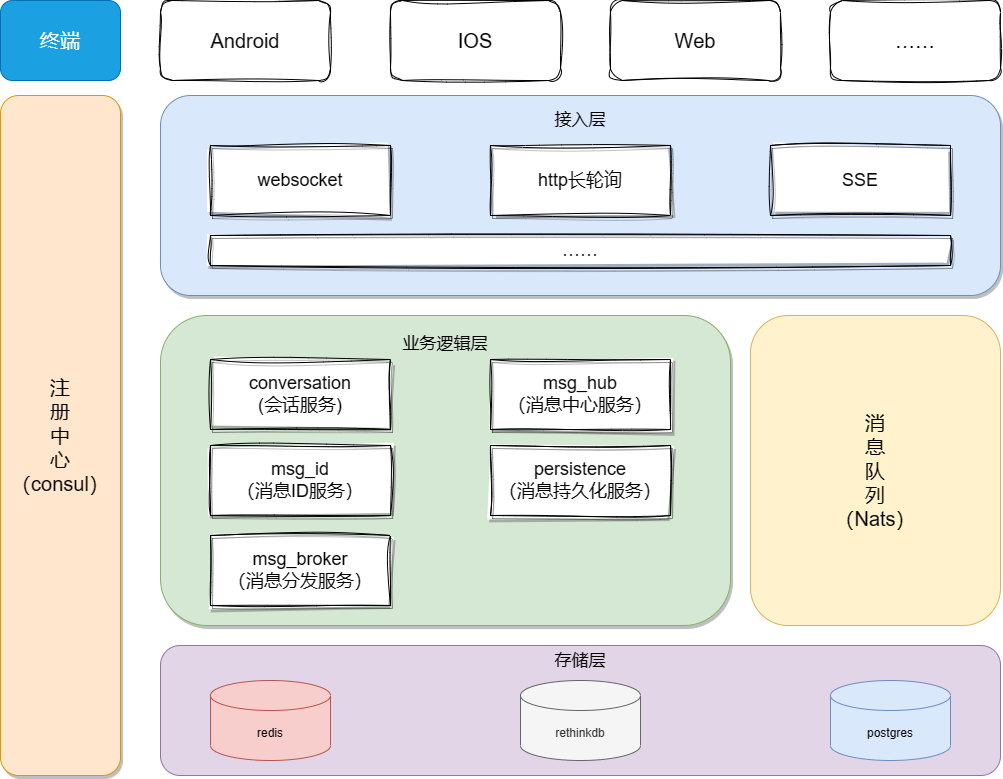
quick-im/quick-im-core keeps this draw.io diagram as docs/quick-im-core-layer.png. Above is the earlier version. Source tidied: cells renumbered, new cells last; positions are measured from the earlier drawing's top-left corner, leaving out a move shared by most shapes. The source it was exported from:
```xml
<mxGraphModel>
  <root>
    <mxCell id="0" />
    <mxCell id="1" parent="0" />
    <mxCell id="2" value="注&lt;br style=&quot;font-size: 20px;&quot;&gt;册&lt;br style=&quot;font-size: 20px;&quot;&gt;中&lt;br style=&quot;font-size: 20px;&quot;&gt;心&lt;br&gt;（consul）" style="rounded=1;whiteSpace=wrap;html=1;glass=0;shadow=1;fillColor=#ffe6cc;strokeColor=#d79b00;fontStyle=0;fontSize=20;horizontal=1;" parent="1" vertex="1">
      <mxGeometry y="95" width="120" height="680" as="geometry" />
    </mxCell>
    <mxCell id="3" style="rounded=1;whiteSpace=wrap;html=1;fillColor=#dae8fc;strokeColor=#6c8ebf;glass=0;shadow=1;" parent="1" vertex="1">
      <mxGeometry x="160" y="95" width="840" height="200" as="geometry" />
    </mxCell>
    <mxCell id="4" style="rounded=1;whiteSpace=wrap;html=1;fillColor=#d5e8d4;strokeColor=#82b366;glass=0;shadow=1;" parent="1" vertex="1">
      <mxGeometry x="160" y="315" width="570" height="310" as="geometry" />
    </mxCell>
    <mxCell id="5" style="rounded=1;whiteSpace=wrap;html=1;fillColor=#e1d5e7;strokeColor=#9673a6;" parent="1" vertex="1">
      <mxGeometry x="160" y="645" width="840" height="130" as="geometry" />
    </mxCell>
    <mxCell id="6" value="接入层" style="text;html=1;strokeColor=none;fillColor=none;align=center;verticalAlign=middle;whiteSpace=wrap;rounded=0;fontSize=17;" parent="1" vertex="1">
      <mxGeometry x="550" y="105" width="60" height="30" as="geometry" />
    </mxCell>
    <mxCell id="7" value="websocket" style="rounded=0;whiteSpace=wrap;html=1;fontSize=18;glass=0;sketch=1;curveFitting=1;jiggle=2;shadow=1;" parent="1" vertex="1">
      <mxGeometry x="210" y="145" width="180" height="70" as="geometry" />
    </mxCell>
    <mxCell id="8" value="http长轮询" style="rounded=0;whiteSpace=wrap;html=1;fontSize=18;sketch=1;curveFitting=1;jiggle=2;shadow=1;" parent="1" vertex="1">
      <mxGeometry x="490" y="145" width="180" height="70" as="geometry" />
    </mxCell>
    <mxCell id="9" value="SSE" style="rounded=0;whiteSpace=wrap;html=1;fontSize=18;sketch=1;curveFitting=1;jiggle=2;shadow=1;" parent="1" vertex="1">
      <mxGeometry x="770" y="145" width="180" height="70" as="geometry" />
    </mxCell>
    <mxCell id="10" value="……" style="rounded=0;whiteSpace=wrap;html=1;fontSize=18;sketch=1;curveFitting=1;jiggle=2;shadow=1;" parent="1" vertex="1">
      <mxGeometry x="210" y="235" width="740" height="30" as="geometry" />
    </mxCell>
    <mxCell id="11" value="业务逻辑层" style="text;html=1;strokeColor=none;fillColor=none;align=center;verticalAlign=middle;whiteSpace=wrap;rounded=0;fontSize=17;" parent="1" vertex="1">
      <mxGeometry x="390" y="329" width="110" height="30" as="geometry" />
    </mxCell>
    <mxCell id="12" value="conversation&lt;br&gt;(会话服务)" style="rounded=0;whiteSpace=wrap;html=1;fontSize=18;glass=0;sketch=1;curveFitting=1;jiggle=2;shadow=1;" parent="1" vertex="1">
      <mxGeometry x="210" y="359" width="180" height="70" as="geometry" />
    </mxCell>
    <mxCell id="13" value="msg_hub&lt;br&gt;（消息中心服务）" style="rounded=0;whiteSpace=wrap;html=1;fontSize=18;glass=0;sketch=1;curveFitting=1;jiggle=2;shadow=1;" parent="1" vertex="1">
      <mxGeometry x="490" y="359" width="180" height="70" as="geometry" />
    </mxCell>
    <mxCell id="14" value="msg_broker&lt;br&gt;（消息分发服务）" style="rounded=0;whiteSpace=wrap;html=1;fontSize=18;glass=0;sketch=1;curveFitting=1;jiggle=2;shadow=1;" parent="1" vertex="1">
      <mxGeometry x="210" y="535" width="180" height="70" as="geometry" />
    </mxCell>
    <mxCell id="15" value="msg_id&lt;br&gt;（消息ID服务）" style="rounded=0;whiteSpace=wrap;html=1;fontSize=18;glass=0;sketch=1;curveFitting=1;jiggle=2;shadow=1;" parent="1" vertex="1">
      <mxGeometry x="210" y="445" width="180" height="70" as="geometry" />
    </mxCell>
    <mxCell id="16" value="persistence&lt;br&gt;（消息持久化服务）" style="rounded=0;whiteSpace=wrap;html=1;fontSize=18;glass=0;sketch=1;curveFitting=1;jiggle=2;shadow=1;" parent="1" vertex="1">
      <mxGeometry x="490" y="445" width="180" height="70" as="geometry" />
    </mxCell>
    <mxCell id="17" value="消&lt;br style=&quot;font-size: 20px;&quot;&gt;息&lt;br style=&quot;font-size: 20px;&quot;&gt;队&lt;br style=&quot;font-size: 20px;&quot;&gt;列&lt;br&gt;（Nats）" style="rounded=1;whiteSpace=wrap;html=1;fontSize=20;fillColor=#fff2cc;strokeColor=#d6b656;" parent="1" vertex="1">
      <mxGeometry x="750" y="315" width="250" height="310" as="geometry" />
    </mxCell>
    <mxCell id="18" value="存储层" style="text;html=1;strokeColor=none;fillColor=none;align=center;verticalAlign=middle;whiteSpace=wrap;rounded=0;fontSize=17;" parent="1" vertex="1">
      <mxGeometry x="525" y="646" width="110" height="30" as="geometry" />
    </mxCell>
    <mxCell id="19" value="redis" style="shape=cylinder3;whiteSpace=wrap;html=1;boundedLbl=1;backgroundOutline=1;size=15;fillColor=#f8cecc;strokeColor=#b85450;" parent="1" vertex="1">
      <mxGeometry x="210" y="680" width="120" height="80" as="geometry" />
    </mxCell>
    <mxCell id="20" value="rethinkdb" style="shape=cylinder3;whiteSpace=wrap;html=1;boundedLbl=1;backgroundOutline=1;size=15;fillColor=#f5f5f5;fontColor=#333333;strokeColor=#666666;" parent="1" vertex="1">
      <mxGeometry x="520" y="680" width="120" height="80" as="geometry" />
    </mxCell>
    <mxCell id="21" value="postgres" style="shape=cylinder3;whiteSpace=wrap;html=1;boundedLbl=1;backgroundOutline=1;size=15;fillColor=#dae8fc;strokeColor=#6c8ebf;" parent="1" vertex="1">
      <mxGeometry x="830" y="680" width="120" height="80" as="geometry" />
    </mxCell>
    <mxCell id="22" value="终端" style="rounded=1;whiteSpace=wrap;html=1;fontSize=20;align=center;fillColor=#1ba1e2;fontColor=#ffffff;strokeColor=#006EAF;" parent="1" vertex="1">
      <mxGeometry width="120" height="80" as="geometry" />
    </mxCell>
    <mxCell id="23" value="Android" style="rounded=1;whiteSpace=wrap;html=1;fontSize=20;align=center;sketch=1;curveFitting=1;jiggle=2;" parent="1" vertex="1">
      <mxGeometry x="160" width="170" height="80" as="geometry" />
    </mxCell>
    <mxCell id="24" value="IOS" style="rounded=1;whiteSpace=wrap;html=1;fontSize=20;align=center;sketch=1;curveFitting=1;jiggle=2;" parent="1" vertex="1">
      <mxGeometry x="390" width="170" height="80" as="geometry" />
    </mxCell>
    <mxCell id="25" value="Web" style="rounded=1;whiteSpace=wrap;html=1;fontSize=20;align=center;sketch=1;curveFitting=1;jiggle=2;" parent="1" vertex="1">
      <mxGeometry x="610" width="170" height="80" as="geometry" />
    </mxCell>
    <mxCell id="26" value="……" style="rounded=1;whiteSpace=wrap;html=1;fontSize=20;align=center;sketch=1;curveFitting=1;jiggle=2;" parent="1" vertex="1">
      <mxGeometry x="830" width="170" height="80" as="geometry" />
    </mxCell>
  </root>
</mxGraphModel>
```
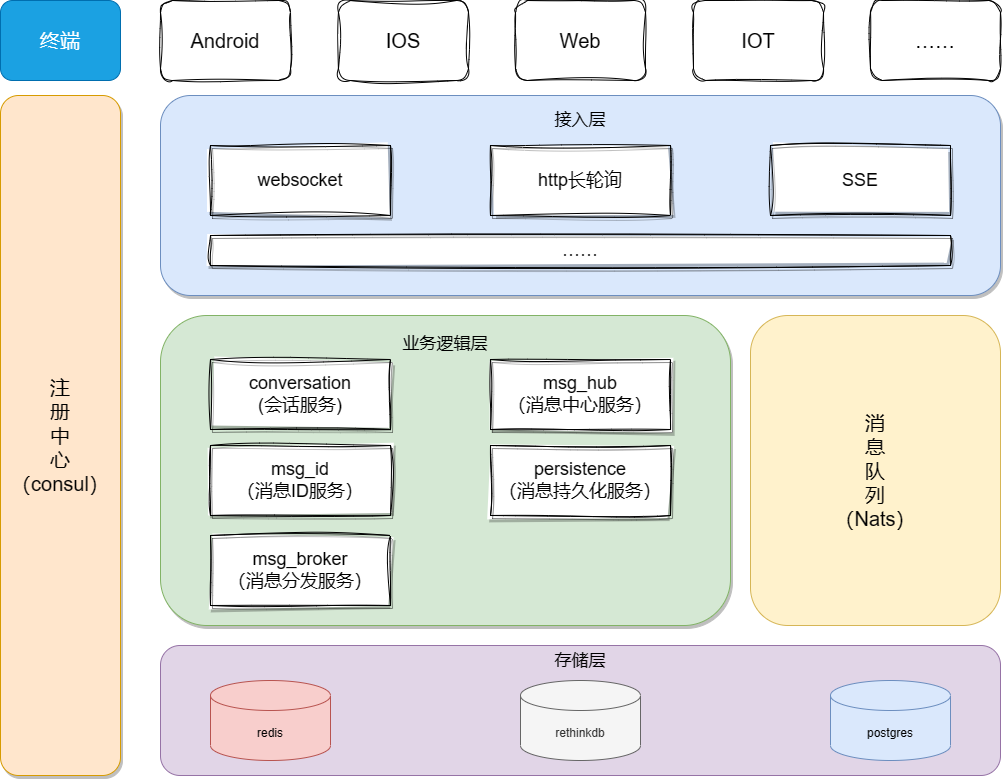
The same file after the commit.

Commit message:
修改架构图

What changed in the source:
```diff
@@ -65,17 +65,20 @@
     <mxCell id="22" value="终端" style="rounded=1;whiteSpace=wrap;html=1;fontSize=20;align=center;fillColor=#1ba1e2;fontColor=#ffffff;strokeColor=#006EAF;" parent="1" vertex="1">
       <mxGeometry width="120" height="80" as="geometry" />
     </mxCell>
-    <mxCell id="23" value="Android" style="rounded=1;whiteSpace=wrap;html=1;fontSize=20;align=center;sketch=1;curveFitting=1;jiggle=2;" parent="1" vertex="1">
-      <mxGeometry x="160" width="170" height="80" as="geometry" />
+    <mxCell id="23" value="Android" style="rounded=1;whiteSpace=wrap;html=1;fontSize=20;align=center;sketch=1;curveFitting=1;jiggle=2;flipH=1;" parent="1" vertex="1">
+      <mxGeometry x="160" width="130" height="80" as="geometry" />
     </mxCell>
-    <mxCell id="24" value="IOS" style="rounded=1;whiteSpace=wrap;html=1;fontSize=20;align=center;sketch=1;curveFitting=1;jiggle=2;" parent="1" vertex="1">
-      <mxGeometry x="390" width="170" height="80" as="geometry" />
+    <mxCell id="24" value="IOS" style="rounded=1;whiteSpace=wrap;html=1;fontSize=20;align=center;sketch=1;curveFitting=1;jiggle=2;flipH=1;" parent="1" vertex="1">
+      <mxGeometry x="338" width="130" height="80" as="geometry" />
     </mxCell>
-    <mxCell id="25" value="Web" style="rounded=1;whiteSpace=wrap;html=1;fontSize=20;align=center;sketch=1;curveFitting=1;jiggle=2;" parent="1" vertex="1">
-      <mxGeometry x="610" width="170" height="80" as="geometry" />
+    <mxCell id="25" value="Web" style="rounded=1;whiteSpace=wrap;html=1;fontSize=20;align=center;sketch=1;curveFitting=1;jiggle=2;flipH=1;" parent="1" vertex="1">
+      <mxGeometry x="515" width="130" height="80" as="geometry" />
     </mxCell>
+    <mxCell id="27" value="IOT" style="rounded=1;whiteSpace=wrap;html=1;fontSize=20;align=center;sketch=1;curveFitting=1;jiggle=2;flipH=1;" parent="1" vertex="1">
+      <mxGeometry x="693" width="130" height="80" as="geometry" />
+    </mxCell>
-    <mxCell id="26" value="……" style="rounded=1;whiteSpace=wrap;html=1;fontSize=20;align=center;sketch=1;curveFitting=1;jiggle=2;" parent="1" vertex="1">
-      <mxGeometry x="830" width="170" height="80" as="geometry" />
+    <mxCell id="26" value="……" style="rounded=1;whiteSpace=wrap;html=1;fontSize=20;align=center;sketch=1;curveFitting=1;jiggle=2;flipH=1;" parent="1" vertex="1">
+      <mxGeometry x="870" width="130" height="80" as="geometry" />
     </mxCell>
   </root>
 </mxGraphModel>
```
